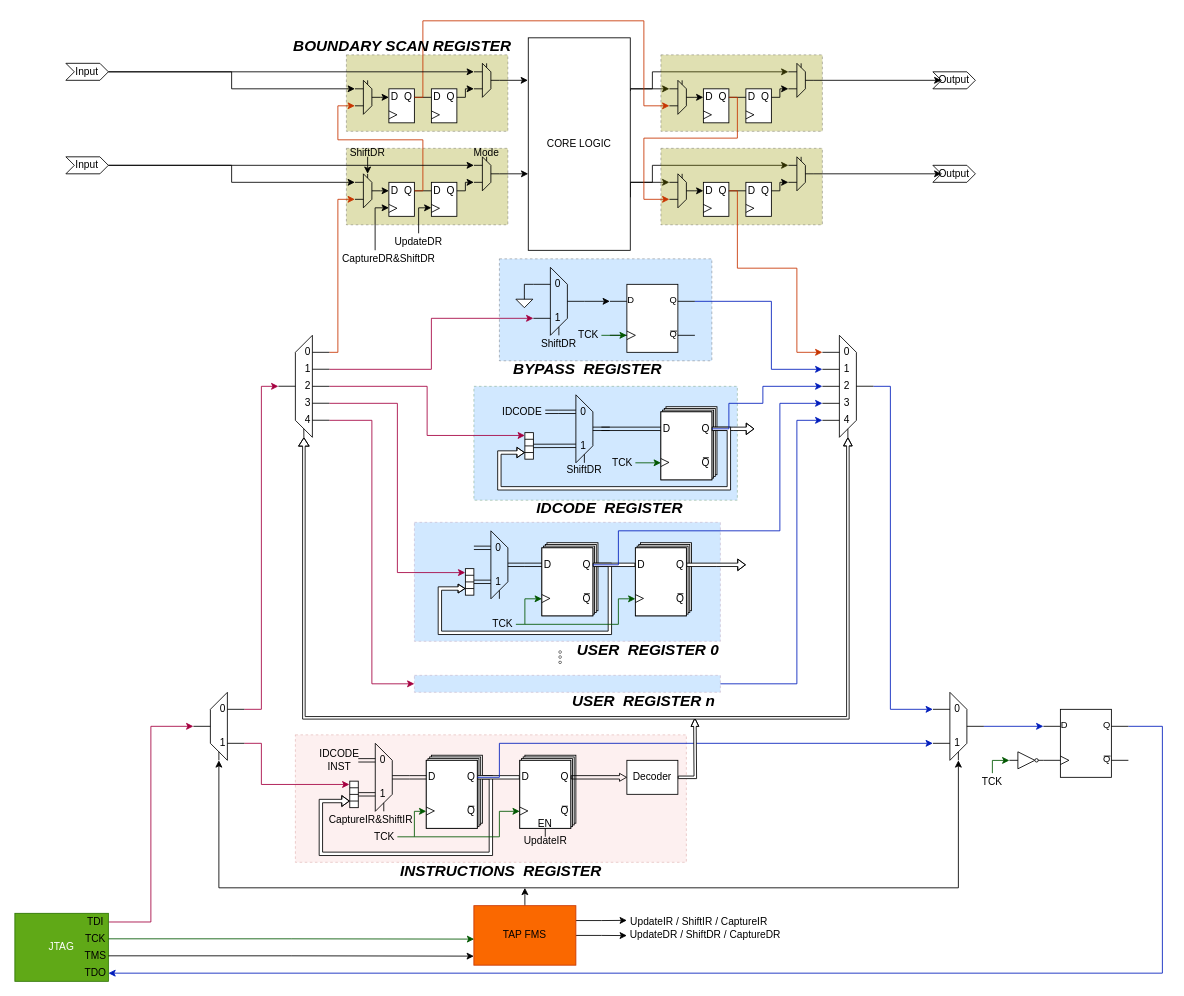
Before: JTAG.drawio in Verdvana/JTAG, a draw.io diagram. Source tidied: cells renumbered, new cells numbered last; positions are measured from the earlier drawing's top-left corner, leaving out a move shared by most shapes. Both pictures are drawn from the tidied source at 85%, with x=0, y=0 at pixel (14, 20).
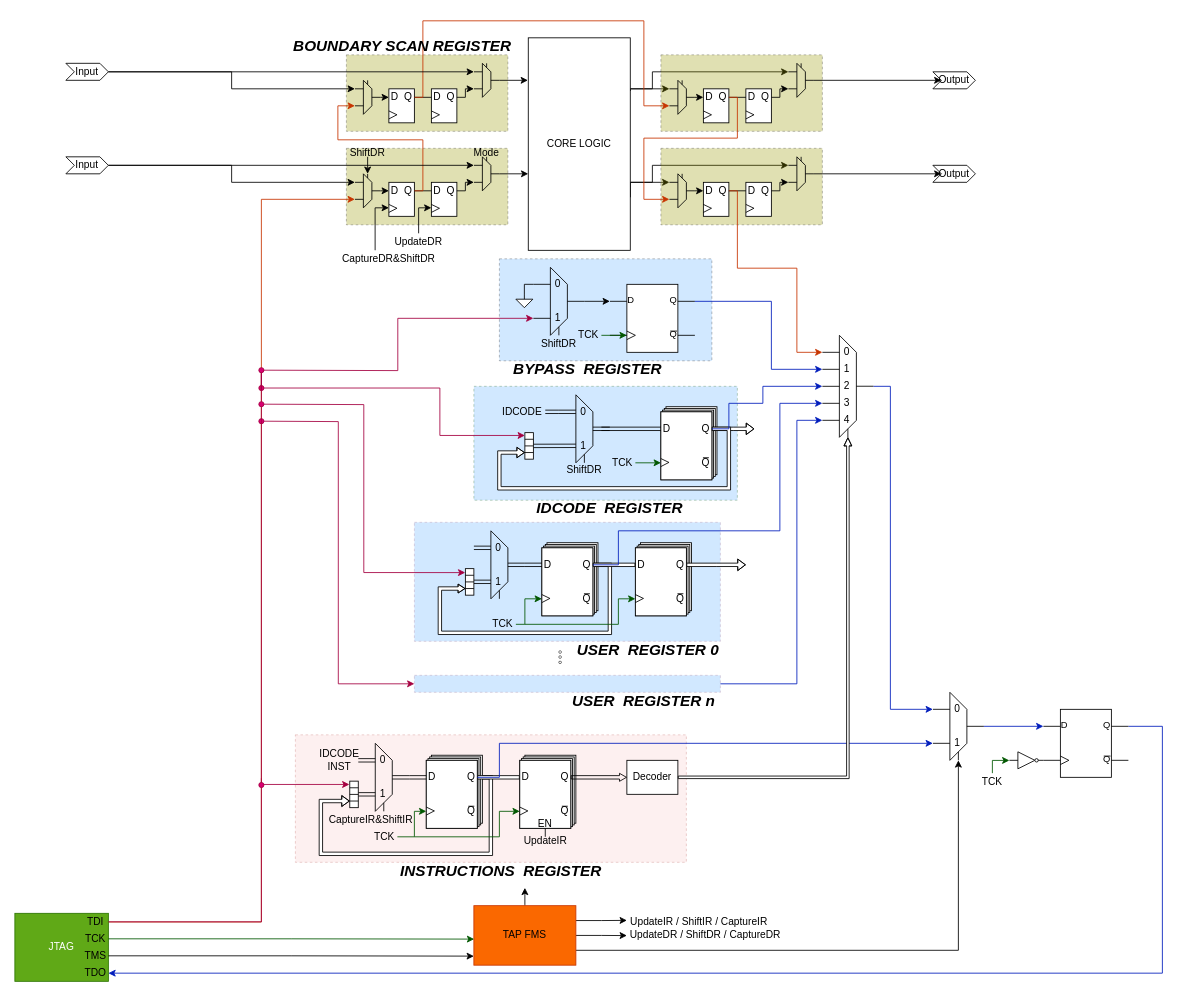
The same page after the edit.

The change refers to these unchanged cells:
```xml
<mxCell id="36" style="group;" parent="1" vertex="1">
  <mxGeometry x="610" y="290" width="60" height="80" as="geometry" />
</mxCell>
<mxCell id="50" style="whiteSpace=wrap;html=1;rotation=-90;" parent="1" vertex="1">
  <mxGeometry x="589.4" y="495.1" width="31.2" height="10" as="geometry" />
</mxCell>
<mxCell id="79" style="whiteSpace=wrap;html=1;rotation=-90;" parent="1" vertex="1">
  <mxGeometry x="383.4" y="905.1" width="31.2" height="10" as="geometry" />
</mxCell>
<mxCell id="122" style="whiteSpace=wrap;html=1;rotation=-90;" parent="1" vertex="1">
  <mxGeometry x="519.4" y="655.1" width="31.2" height="10" as="geometry" />
</mxCell>
<mxCell id="141" style="rounded=0;whiteSpace=wrap;html=1;fillColor=#66B2FF;dashed=1;gradientColor=none;strokeColor=#996185;opacity=30;" parent="1" vertex="1">
  <mxGeometry x="470" y="770" width="360" height="20" as="geometry" />
</mxCell>
<mxCell id="148" value="TAP FMS" style="rounded=0;whiteSpace=wrap;html=1;fillColor=#fa6800;strokeColor=#C73500;fontColor=#000000;" parent="1" vertex="1">
  <mxGeometry x="540" y="1041" width="120" height="70" as="geometry" />
</mxCell>
<mxCell id="166" style="group;" parent="1" vertex="1">
  <mxGeometry x="1080" y="790" width="60" height="80" as="geometry" />
</mxCell>
<mxCell id="199" style="group;points=[[0,0,0,0,20],[0,0.25,0,0,10],[0,0.5,0,0,0],[0,0.75,0,0,-10],[0,1,0,0,-20],[0.5,1,0,0,0],[1,0.5,0,0,0]];" parent="1" vertex="1">
  <mxGeometry x="950" y="370" width="60" height="120" as="geometry" />
</mxCell>
<mxCell id="217" value="JTAG" style="rounded=0;whiteSpace=wrap;html=1;points=[[0,0,0,0,0],[0,0.25,0,0,0],[0,0.5,0,0,0],[0,0.75,0,0,0],[0,1,0,0,0],[0.25,0,0,0,0],[0.25,1,0,0,0],[0.5,0,0,0,0],[0.5,1,0,0,0],[0.75,0,0,0,0],[0.75,1,0,0,0],[1,0,0,0,0],[1,0.14,0,0,-1],[1,0.38,0,0,-1],[1,0.64,0,0,-1],[1,0.88,0,0,0],[1,1,0,0,0]];fillColor=#60a917;fontColor=#ffffff;strokeColor=#2D7600;" parent="1" vertex="1">
  <mxGeometry y="1050" width="110" height="80" as="geometry" />
</mxCell>
<mxCell id="229" value="Decoder" style="rounded=0;whiteSpace=wrap;html=1;" parent="1" vertex="1">
  <mxGeometry x="720" y="870" width="60" height="40" as="geometry" />
</mxCell>
<mxCell id="254" style="group;" parent="1" vertex="1">
  <mxGeometry x="400" y="180" width="30" height="40" as="geometry" />
</mxCell>
```

Change to the diagram source:
```diff
@@
-    <mxCell id="143" style="edgeStyle=orthogonalEdgeStyle;rounded=0;jettySize=auto;html=1;entryX=0;entryY=0.75;entryDx=0;entryDy=0;exitX=1;exitY=0.25;exitDx=0;exitDy=10;exitPerimeter=0;fillColor=#d80073;strokeColor=#A50040;" parent="1" edge="1" source="182" target="36">
-      <mxGeometry relative="1" as="geometry" />
+    <mxCell id="143" style="edgeStyle=orthogonalEdgeStyle;rounded=0;jettySize=auto;html=1;entryX=0;entryY=0.75;entryDx=0;entryDy=0;fillColor=#d80073;strokeColor=#A50040;" parent="1" edge="1" target="36">
+      <mxGeometry relative="1" as="geometry">
+        <mxPoint x="290" y="411" as="sourcePoint" />
+      </mxGeometry>
     </mxCell>
-    <mxCell id="144" style="edgeStyle=orthogonalEdgeStyle;rounded=0;jettySize=auto;html=1;entryX=0;entryY=0.5;entryDx=0;entryDy=0;exitX=1;exitY=1;exitDx=0;exitDy=-20;exitPerimeter=0;fillColor=#d80073;strokeColor=#A50040;" parent="1" edge="1" source="182" target="141">
-      <mxGeometry relative="1" as="geometry" />
+    <mxCell id="144" style="edgeStyle=orthogonalEdgeStyle;rounded=0;jettySize=auto;html=1;entryX=0;entryY=0.5;entryDx=0;entryDy=0;fillColor=#d80073;strokeColor=#A50040;" parent="1" edge="1" target="141">
+      <mxGeometry relative="1" as="geometry">
+        <mxPoint x="290" y="471" as="sourcePoint" />
+      </mxGeometry>
     </mxCell>
@@
+    <mxCell id="428" style="edgeStyle=orthogonalEdgeStyle;rounded=0;jettySize=auto;html=1;exitX=1;exitY=0.75;exitDx=0;exitDy=0;entryX=0.5;entryY=1;entryDx=0;entryDy=0;" parent="1" edge="1" source="148" target="166">
+      <mxGeometry relative="1" as="geometry" />
+    </mxCell>
@@
-    <mxCell id="149" style="edgeStyle=orthogonalEdgeStyle;rounded=0;jettySize=auto;html=1;entryX=0.894;entryY=0.004;entryDx=0;entryDy=0;entryPerimeter=0;exitX=1;exitY=0.5;exitDx=0;exitDy=0;exitPerimeter=0;fillColor=#d80073;strokeColor=#A50040;" parent="1" edge="1" source="182" target="50">
-      <mxGeometry relative="1" as="geometry" />
+    <mxCell id="149" style="edgeStyle=orthogonalEdgeStyle;rounded=0;jettySize=auto;html=1;entryX=0.894;entryY=0.004;entryDx=0;entryDy=0;entryPerimeter=0;fillColor=#d80073;strokeColor=#A50040;" parent="1" edge="1" target="50">
+      <mxGeometry relative="1" as="geometry">
+        <mxPoint x="290" y="431" as="sourcePoint" />
+        <Array as="points">
+          <mxPoint x="290" y="432" />
+          <mxPoint x="500" y="432" />
+          <mxPoint x="500" y="488" />
+        </Array>
+      </mxGeometry>
     </mxCell>
-    <mxCell id="150" style="edgeStyle=orthogonalEdgeStyle;rounded=0;jettySize=auto;html=1;entryX=0.851;entryY=-0.012;entryDx=0;entryDy=0;entryPerimeter=0;exitX=1;exitY=0.75;exitDx=0;exitDy=-10;exitPerimeter=0;fillColor=#d80073;strokeColor=#A50040;" parent="1" edge="1" source="182" target="122">
-      <mxGeometry relative="1" as="geometry" />
+    <mxCell id="150" style="edgeStyle=orthogonalEdgeStyle;rounded=0;jettySize=auto;html=1;entryX=0.851;entryY=-0.012;entryDx=0;entryDy=0;entryPerimeter=0;fillColor=#d80073;strokeColor=#A50040;" parent="1" edge="1" target="122">
+      <mxGeometry relative="1" as="geometry">
+        <mxPoint x="290" y="451" as="sourcePoint" />
+      </mxGeometry>
     </mxCell>
-    <mxCell id="151" style="edgeStyle=orthogonalEdgeStyle;rounded=0;jettySize=auto;html=1;exitX=1;exitY=0.25;exitDx=0;exitDy=0;entryX=0;entryY=0.5;entryDx=0;entryDy=0;entryPerimeter=0;fillColor=#d80073;strokeColor=#A50040;" parent="1" edge="1" source="154" target="182">
-      <mxGeometry relative="1" as="geometry">
-        <Array as="points">
-          <mxPoint x="290" y="810" />
-          <mxPoint x="290" y="430" />
-        </Array>
-      </mxGeometry>
-    </mxCell>
-    <mxCell id="152" style="edgeStyle=orthogonalEdgeStyle;rounded=0;jettySize=auto;html=1;exitX=1;exitY=0.75;exitDx=0;exitDy=0;entryX=0.875;entryY=-0.044;entryDx=0;entryDy=0;entryPerimeter=0;fillColor=#d80073;strokeColor=#A50040;" parent="1" edge="1" source="154" target="79">
+    <mxCell id="152" style="edgeStyle=orthogonalEdgeStyle;rounded=0;jettySize=auto;html=1;entryX=0.875;entryY=-0.044;entryDx=0;entryDy=0;entryPerimeter=0;fillColor=#d80073;strokeColor=#A50040;" parent="1" edge="1" target="79">
       <mxGeometry relative="1" as="geometry">
+        <mxPoint x="290" y="891" as="sourcePoint" />
         <Array as="points">
-          <mxPoint x="290" y="850" />
           <mxPoint x="290" y="898" />
         </Array>
       </mxGeometry>
     </mxCell>
-    <mxCell id="153" style="edgeStyle=orthogonalEdgeStyle;rounded=0;jettySize=auto;html=1;exitX=0.5;exitY=1;exitDx=0;exitDy=0;entryX=0.5;entryY=1;entryDx=0;entryDy=0;startArrow=classic;startFill=1;" parent="1" edge="1" source="154" target="166">
-      <mxGeometry relative="1" as="geometry">
-        <Array as="points">
-          <mxPoint x="240" y="1020" />
-          <mxPoint x="1110" y="1020" />
-        </Array>
-      </mxGeometry>
-    </mxCell>
-    <mxCell id="154" style="group;" parent="1" vertex="1">
-      <mxGeometry x="210" y="790" width="60" height="80" as="geometry" />
-    </mxCell>
-    <mxCell id="155" style="edgeStyle=none;orthogonalLoop=1;jettySize=auto;html=1;rounded=0;endArrow=none;endFill=0;" parent="154" edge="1">
-      <mxGeometry relative="1" as="geometry">
-        <mxPoint x="20" y="60" as="sourcePoint" />
-        <mxPoint x="20" y="20" as="targetPoint" />
-      </mxGeometry>
-    </mxCell>
-    <mxCell id="156" style="edgeStyle=none;orthogonalLoop=1;jettySize=auto;html=1;rounded=0;endArrow=none;endFill=0;" parent="154" edge="1">
-      <mxGeometry relative="1" as="geometry">
-        <mxPoint x="40" y="80" as="sourcePoint" />
-        <mxPoint x="40" as="targetPoint" />
-      </mxGeometry>
-    </mxCell>
-    <mxCell id="157" style="edgeStyle=none;orthogonalLoop=1;jettySize=auto;html=1;rounded=0;endArrow=none;endFill=0;" parent="154" edge="1">
-      <mxGeometry relative="1" as="geometry">
-        <mxPoint x="20" y="40" as="sourcePoint" />
-        <mxPoint y="40" as="targetPoint" />
-      </mxGeometry>
-    </mxCell>
-    <mxCell id="158" style="edgeStyle=none;orthogonalLoop=1;jettySize=auto;html=1;rounded=0;endArrow=none;endFill=0;" parent="154" edge="1">
-      <mxGeometry relative="1" as="geometry">
-        <mxPoint x="60" y="20" as="sourcePoint" />
-        <mxPoint x="40" y="20" as="targetPoint" />
-      </mxGeometry>
-    </mxCell>
-    <mxCell id="159" style="edgeStyle=none;orthogonalLoop=1;jettySize=auto;html=1;rounded=0;endArrow=none;endFill=0;" parent="154" edge="1">
-      <mxGeometry relative="1" as="geometry">
-        <mxPoint x="60" y="60" as="sourcePoint" />
-        <mxPoint x="40" y="60" as="targetPoint" />
-      </mxGeometry>
-    </mxCell>
-    <mxCell id="160" style="edgeStyle=none;orthogonalLoop=1;jettySize=auto;html=1;rounded=0;endArrow=none;endFill=0;" parent="154" edge="1">
-      <mxGeometry relative="1" as="geometry">
-        <mxPoint x="40" as="sourcePoint" />
-        <mxPoint x="20" y="20" as="targetPoint" />
-      </mxGeometry>
-    </mxCell>
-    <mxCell id="161" style="edgeStyle=none;orthogonalLoop=1;jettySize=auto;html=1;rounded=0;endArrow=none;endFill=0;" parent="154" edge="1">
-      <mxGeometry relative="1" as="geometry">
-        <mxPoint x="40" y="80" as="sourcePoint" />
-        <mxPoint x="20" y="60" as="targetPoint" />
-      </mxGeometry>
-    </mxCell>
-    <mxCell id="162" style="edgeStyle=none;orthogonalLoop=1;jettySize=auto;html=1;rounded=0;endArrow=none;endFill=0;" parent="154" edge="1">
-      <mxGeometry relative="1" as="geometry">
-        <mxPoint x="30" y="80" as="sourcePoint" />
-        <mxPoint x="30" y="70" as="targetPoint" />
-      </mxGeometry>
-    </mxCell>
-    <mxCell id="163" value="0" style="text;strokeColor=none;align=center;fillColor=none;html=1;verticalAlign=middle;whiteSpace=wrap;rounded=0;" parent="154" vertex="1">
-      <mxGeometry x="30" y="10" width="10" height="20" as="geometry" />
-    </mxCell>
-    <mxCell id="164" value="1" style="text;strokeColor=none;align=center;fillColor=none;html=1;verticalAlign=middle;whiteSpace=wrap;rounded=0;" parent="154" vertex="1">
-      <mxGeometry x="30" y="50" width="10" height="20" as="geometry" />
-    </mxCell>
@@
-    <mxCell id="181" style="edgeStyle=orthogonalEdgeStyle;rounded=0;jettySize=auto;html=1;exitX=1;exitY=0;exitDx=0;exitDy=20;exitPerimeter=0;entryX=0;entryY=0.75;entryDx=0;entryDy=0;fillColor=#fa6800;strokeColor=#C73500;" parent="1" edge="1" source="182" target="254">
-      <mxGeometry relative="1" as="geometry">
-        <Array as="points">
-          <mxPoint x="380" y="390" />
-          <mxPoint x="380" y="210" />
-        </Array>
-      </mxGeometry>
-    </mxCell>
-    <mxCell id="182" style="group;points=[[0,0.5,0,0,0],[0.5,1,0,0,0],[1,0,0,0,20],[1,0.25,0,0,10],[1,0.5,0,0,0],[1,0.75,0,0,-10],[1,1,0,0,-20]];" parent="1" vertex="1">
-      <mxGeometry x="310" y="370" width="60" height="120" as="geometry" />
-    </mxCell>
-    <mxCell id="183" style="edgeStyle=none;orthogonalLoop=1;jettySize=auto;html=1;rounded=0;endArrow=none;endFill=0;" parent="182" edge="1">
-      <mxGeometry relative="1" as="geometry">
-        <mxPoint x="30" y="120" as="sourcePoint" />
-        <mxPoint x="29.9" y="110" as="targetPoint" />
-      </mxGeometry>
-    </mxCell>
-    <mxCell id="184" style="edgeStyle=none;orthogonalLoop=1;jettySize=auto;html=1;rounded=0;endArrow=none;endFill=0;" parent="182" edge="1">
-      <mxGeometry relative="1" as="geometry">
-        <mxPoint x="20" y="100" as="sourcePoint" />
-        <mxPoint x="20" y="20" as="targetPoint" />
-      </mxGeometry>
-    </mxCell>
-    <mxCell id="185" style="edgeStyle=none;orthogonalLoop=1;jettySize=auto;html=1;rounded=0;endArrow=none;endFill=0;" parent="182" edge="1">
-      <mxGeometry relative="1" as="geometry">
-        <mxPoint x="40" y="120" as="sourcePoint" />
-        <mxPoint x="40" as="targetPoint" />
-      </mxGeometry>
-    </mxCell>
-    <mxCell id="186" style="edgeStyle=none;orthogonalLoop=1;jettySize=auto;html=1;rounded=0;endArrow=none;endFill=0;" parent="182" edge="1">
-      <mxGeometry relative="1" as="geometry">
-        <mxPoint x="20" y="59.9" as="sourcePoint" />
-        <mxPoint y="59.9" as="targetPoint" />
-      </mxGeometry>
-    </mxCell>
-    <mxCell id="187" style="edgeStyle=none;orthogonalLoop=1;jettySize=auto;html=1;rounded=0;endArrow=none;endFill=0;" parent="182" edge="1">
-      <mxGeometry relative="1" as="geometry">
-        <mxPoint x="60" y="20" as="sourcePoint" />
-        <mxPoint x="40" y="20" as="targetPoint" />
-      </mxGeometry>
-    </mxCell>
-    <mxCell id="188" style="edgeStyle=none;orthogonalLoop=1;jettySize=auto;html=1;rounded=0;endArrow=none;endFill=0;" parent="182" edge="1">
-      <mxGeometry relative="1" as="geometry">
-        <mxPoint x="60" y="60" as="sourcePoint" />
-        <mxPoint x="40" y="60" as="targetPoint" />
-      </mxGeometry>
-    </mxCell>
-    <mxCell id="189" style="edgeStyle=none;orthogonalLoop=1;jettySize=auto;html=1;rounded=0;endArrow=none;endFill=0;" parent="182" edge="1">
-      <mxGeometry relative="1" as="geometry">
-        <mxPoint x="40" as="sourcePoint" />
-        <mxPoint x="20" y="20" as="targetPoint" />
-      </mxGeometry>
-    </mxCell>
-    <mxCell id="190" style="edgeStyle=none;orthogonalLoop=1;jettySize=auto;html=1;rounded=0;endArrow=none;endFill=0;" parent="182" edge="1">
-      <mxGeometry relative="1" as="geometry">
-        <mxPoint x="40" y="120" as="sourcePoint" />
-        <mxPoint x="20" y="100" as="targetPoint" />
-      </mxGeometry>
-    </mxCell>
-    <mxCell id="191" value="0" style="text;strokeColor=none;align=center;fillColor=none;html=1;verticalAlign=middle;whiteSpace=wrap;rounded=0;" parent="182" vertex="1">
-      <mxGeometry x="30" y="10" width="10" height="20" as="geometry" />
-    </mxCell>
-    <mxCell id="192" value="2" style="text;strokeColor=none;align=center;fillColor=none;html=1;verticalAlign=middle;whiteSpace=wrap;rounded=0;" parent="182" vertex="1">
-      <mxGeometry x="30" y="50" width="10" height="20" as="geometry" />
-    </mxCell>
-    <mxCell id="193" style="edgeStyle=none;orthogonalLoop=1;jettySize=auto;html=1;rounded=0;endArrow=none;endFill=0;" parent="182" edge="1">
-      <mxGeometry relative="1" as="geometry">
-        <mxPoint x="60" y="39.9" as="sourcePoint" />
-        <mxPoint x="40" y="39.9" as="targetPoint" />
-      </mxGeometry>
-    </mxCell>
-    <mxCell id="194" value="1" style="text;strokeColor=none;align=center;fillColor=none;html=1;verticalAlign=middle;whiteSpace=wrap;rounded=0;" parent="182" vertex="1">
-      <mxGeometry x="30" y="30" width="10" height="20" as="geometry" />
-    </mxCell>
-    <mxCell id="195" style="edgeStyle=none;orthogonalLoop=1;jettySize=auto;html=1;rounded=0;endArrow=none;endFill=0;" parent="182" edge="1">
-      <mxGeometry relative="1" as="geometry">
-        <mxPoint x="60" y="79.9" as="sourcePoint" />
-        <mxPoint x="40" y="79.9" as="targetPoint" />
-      </mxGeometry>
-    </mxCell>
-    <mxCell id="196" value="3" style="text;strokeColor=none;align=center;fillColor=none;html=1;verticalAlign=middle;whiteSpace=wrap;rounded=0;" parent="182" vertex="1">
-      <mxGeometry x="30" y="70" width="10" height="20" as="geometry" />
-    </mxCell>
-    <mxCell id="197" style="edgeStyle=none;orthogonalLoop=1;jettySize=auto;html=1;rounded=0;endArrow=none;endFill=0;" parent="182" edge="1">
-      <mxGeometry relative="1" as="geometry">
-        <mxPoint x="60" y="99.9" as="sourcePoint" />
-        <mxPoint x="40" y="99.9" as="targetPoint" />
-      </mxGeometry>
-    </mxCell>
-    <mxCell id="198" value="4" style="text;strokeColor=none;align=center;fillColor=none;html=1;verticalAlign=middle;whiteSpace=wrap;rounded=0;" parent="182" vertex="1">
-      <mxGeometry x="30" y="90" width="10" height="20" as="geometry" />
-    </mxCell>
@@
-    <mxCell id="216" style="edgeStyle=orthogonalEdgeStyle;rounded=0;jettySize=auto;html=1;entryX=0;entryY=0.5;entryDx=0;entryDy=0;exitX=1;exitY=0.14;exitDx=0;exitDy=-1;exitPerimeter=0;fillColor=#d80073;strokeColor=#A50040;" parent="1" edge="1" source="217" target="154">
-      <mxGeometry relative="1" as="geometry" />
+    <mxCell id="216" style="edgeStyle=orthogonalEdgeStyle;rounded=0;jettySize=auto;html=1;exitX=1;exitY=0.14;exitDx=0;exitDy=-1;exitPerimeter=0;fillColor=#fa6800;strokeColor=#C73500;entryX=0;entryY=0.75;entryDx=0;entryDy=0;" parent="1" edge="1" source="217" target="254">
+      <mxGeometry relative="1" as="geometry">
+        <Array as="points">
+          <mxPoint x="290" y="1060" />
+          <mxPoint x="290" y="210" />
+        </Array>
+      </mxGeometry>
     </mxCell>
@@
-    <mxCell id="387" style="edgeStyle=orthogonalEdgeStyle;rounded=0;jettySize=auto;html=1;exitX=1;exitY=0.5;exitDx=0;exitDy=0;shape=flexArrow;width=3;endWidth=5.161290322580645;endSize=2.868817204301075;fillColor=default;" parent="1" edge="1" source="229">
-      <mxGeometry relative="1" as="geometry">
-        <mxPoint x="800" y="820" as="targetPoint" />
-      </mxGeometry>
+    <mxCell id="387" style="edgeStyle=orthogonalEdgeStyle;rounded=0;jettySize=auto;html=1;exitX=1;exitY=0.5;exitDx=0;exitDy=0;shape=flexArrow;width=3;endWidth=5.161290322580645;endSize=2.868817204301075;fillColor=default;entryX=0.5;entryY=1;entryDx=0;entryDy=0;entryPerimeter=0;" parent="1" edge="1" source="229" target="199">
+      <mxGeometry relative="1" as="geometry" />
     </mxCell>
-    <mxCell id="388" style="edgeStyle=orthogonalEdgeStyle;rounded=0;jettySize=auto;html=1;startArrow=classic;startFill=1;exitX=0.5;exitY=1;exitDx=0;exitDy=0;exitPerimeter=0;entryX=0.5;entryY=1;entryDx=0;entryDy=0;entryPerimeter=0;shape=flexArrow;width=3;startWidth=8.487804878048781;startSize=2.959512195121951;endWidth=6.178861788617886;endSize=2.871794871794872;fillColor=default;" parent="1" edge="1" source="182" target="199">
-      <mxGeometry relative="1" as="geometry">
-        <Array as="points">
-          <mxPoint x="340" y="820" />
-          <mxPoint x="980" y="820" />
-        </Array>
-      </mxGeometry>
-    </mxCell>
@@
+    <mxCell id="429" style="edgeStyle=orthogonalEdgeStyle;rounded=0;jettySize=auto;html=1;fillColor=#d80073;strokeColor=#A50040;endArrow=none;endFill=0;" parent="1" edge="1" source="435">
+      <mxGeometry relative="1" as="geometry">
+        <mxPoint x="290" y="411" as="targetPoint" />
+      </mxGeometry>
+    </mxCell>
+    <mxCell id="430" style="ellipse;whiteSpace=wrap;html=1;fillColor=#d80073;fontColor=#ffffff;strokeColor=#A50040;" parent="1" vertex="1">
+      <mxGeometry x="287" y="468" width="6" height="6" as="geometry" />
+    </mxCell>
+    <mxCell id="431" style="edgeStyle=orthogonalEdgeStyle;rounded=0;jettySize=auto;html=1;fillColor=#d80073;strokeColor=#A50040;endArrow=none;endFill=0;" parent="1" edge="1" source="437" target="432">
+      <mxGeometry relative="1" as="geometry" />
+    </mxCell>
+    <mxCell id="432" style="ellipse;whiteSpace=wrap;html=1;fillColor=#d80073;fontColor=#ffffff;strokeColor=#A50040;rotation=0;" parent="1" vertex="1">
+      <mxGeometry x="287" y="448" width="6" height="6" as="geometry" />
+    </mxCell>
+    <mxCell id="433" style="ellipse;whiteSpace=wrap;html=1;fillColor=#d80073;fontColor=#ffffff;strokeColor=#A50040;" parent="1" vertex="1">
+      <mxGeometry x="287" y="429" width="6" height="6" as="geometry" />
+    </mxCell>
+    <mxCell id="434" style="edgeStyle=orthogonalEdgeStyle;rounded=0;jettySize=auto;html=1;fillColor=#d80073;strokeColor=#A50040;endArrow=none;endFill=0;" parent="1" edge="1" source="432" target="435">
+      <mxGeometry relative="1" as="geometry" />
+    </mxCell>
+    <mxCell id="435" style="ellipse;whiteSpace=wrap;html=1;fillColor=#d80073;fontColor=#ffffff;strokeColor=#A50040;" parent="1" vertex="1">
+      <mxGeometry x="287" y="408" width="6" height="6" as="geometry" />
+    </mxCell>
+    <mxCell id="436" style="edgeStyle=orthogonalEdgeStyle;rounded=0;jettySize=auto;html=1;fillColor=#d80073;strokeColor=#A50040;endArrow=none;endFill=0;" parent="1" edge="1" target="437">
+      <mxGeometry relative="1" as="geometry">
+        <mxPoint x="110" y="1060" as="sourcePoint" />
+        <Array as="points">
+          <mxPoint x="290" y="1060" />
+        </Array>
+      </mxGeometry>
+    </mxCell>
+    <mxCell id="437" style="ellipse;whiteSpace=wrap;html=1;fillColor=#d80073;fontColor=#ffffff;strokeColor=#A50040;" parent="1" vertex="1">
+      <mxGeometry x="287" y="896" width="6" height="6" as="geometry" />
+    </mxCell>
```
